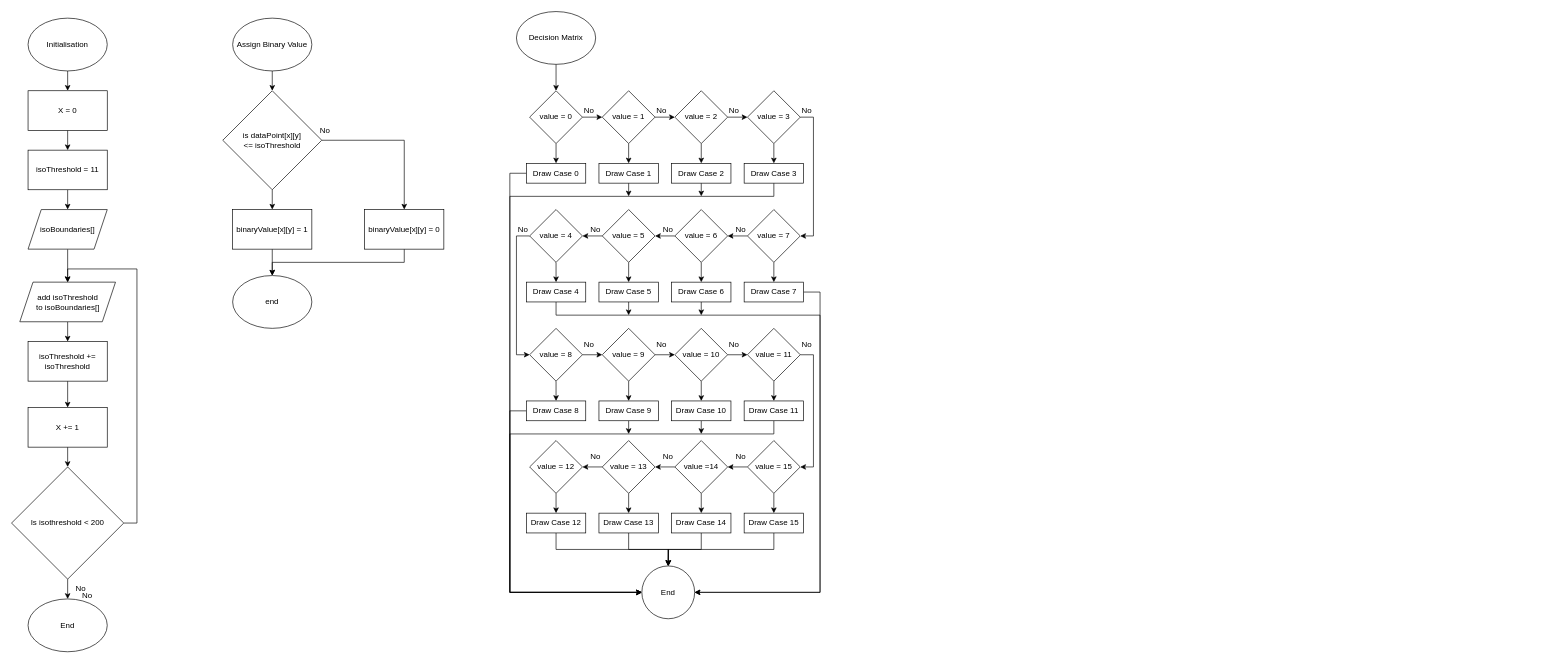
Earlier version of the draw.io diagram Assets/isolinealgorithm.drawio (olliej111/RTS-Unit-Control). Source tidied: cells renumbered, new cells numbered last; positions are measured from the earlier drawing's top-left corner, leaving out a move shared by most shapes. Both pictures are drawn from the tidied source at 66%, with x=0, y=0 at pixel (11, 11).
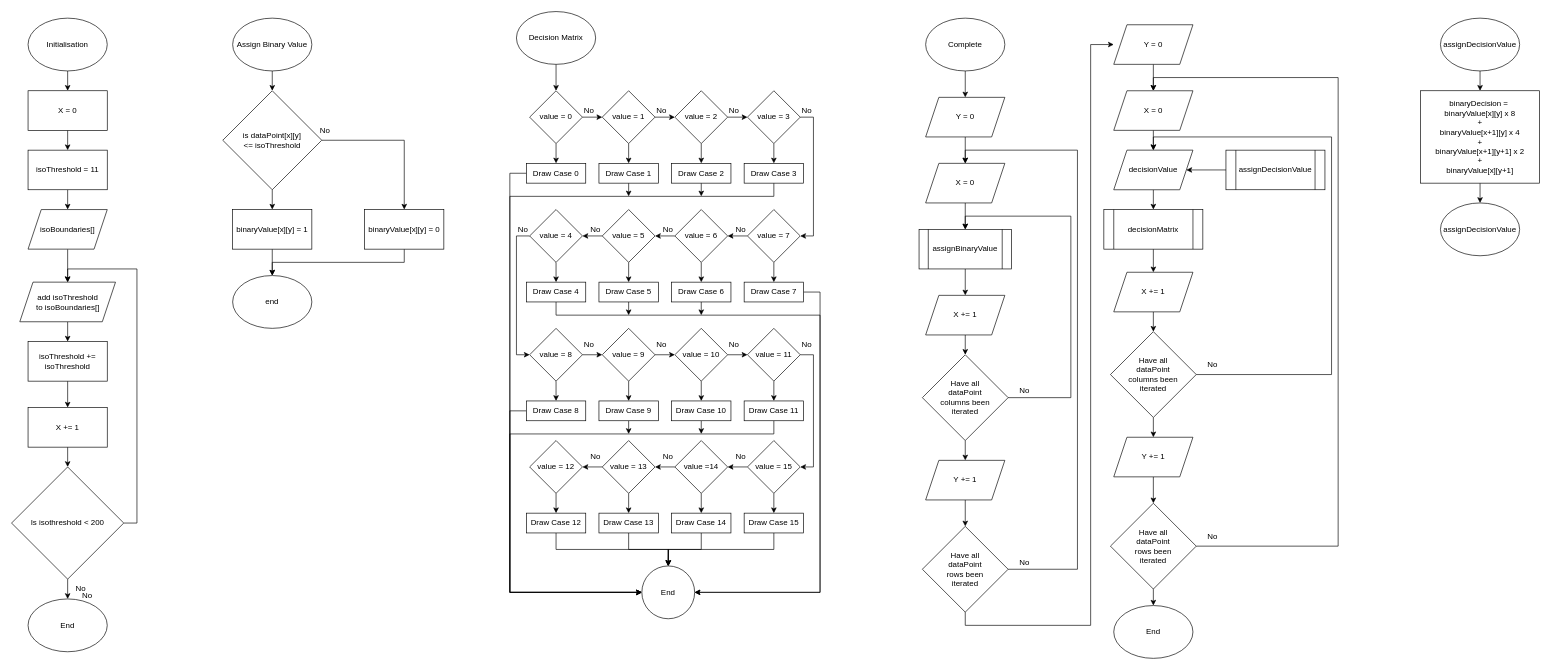
Above is the later version.

The edit, as a diff of the source:
```diff
@@
+    <mxCell id="130" style="edgeStyle=orthogonalEdgeStyle;rounded=0;jettySize=auto;html=1;exitX=0.5;exitY=1;exitDx=0;exitDy=0;entryX=0.5;entryY=0;entryDx=0;entryDy=0;" parent="1" edge="1" source="131" target="133">
+      <mxGeometry relative="1" as="geometry" />
+    </mxCell>
+    <mxCell id="131" value="Complete" style="ellipse;whiteSpace=wrap;html=1;" parent="1" vertex="1">
+      <mxGeometry x="1385" y="10" width="120" height="80" as="geometry" />
+    </mxCell>
+    <mxCell id="132" style="edgeStyle=orthogonalEdgeStyle;rounded=0;jettySize=auto;html=1;exitX=0.5;exitY=1;exitDx=0;exitDy=0;entryX=0.5;entryY=0;entryDx=0;entryDy=0;" parent="1" edge="1" source="133" target="135">
+      <mxGeometry relative="1" as="geometry" />
+    </mxCell>
+    <mxCell id="133" value="Y = 0" style="shape=parallelogram;perimeter=parallelogramPerimeter;whiteSpace=wrap;html=1;fixedSize=1;" parent="1" vertex="1">
+      <mxGeometry x="1385" y="130" width="120" height="60" as="geometry" />
+    </mxCell>
+    <mxCell id="134" style="edgeStyle=orthogonalEdgeStyle;rounded=0;jettySize=auto;html=1;exitX=0.5;exitY=1;exitDx=0;exitDy=0;entryX=0.5;entryY=0;entryDx=0;entryDy=0;" parent="1" edge="1" source="135" target="137">
+      <mxGeometry relative="1" as="geometry" />
+    </mxCell>
+    <mxCell id="135" value="X = 0" style="shape=parallelogram;perimeter=parallelogramPerimeter;whiteSpace=wrap;html=1;fixedSize=1;" parent="1" vertex="1">
+      <mxGeometry x="1385" y="230" width="120" height="60" as="geometry" />
+    </mxCell>
+    <mxCell id="136" style="edgeStyle=orthogonalEdgeStyle;rounded=0;jettySize=auto;html=1;exitX=0.5;exitY=1;exitDx=0;exitDy=0;entryX=0.5;entryY=0;entryDx=0;entryDy=0;" parent="1" edge="1" source="137" target="139">
+      <mxGeometry relative="1" as="geometry" />
+    </mxCell>
+    <mxCell id="137" value="assignBinaryValue" style="shape=process;whiteSpace=wrap;html=1;backgroundOutline=1;" parent="1" vertex="1">
+      <mxGeometry x="1375" y="330" width="140" height="60" as="geometry" />
+    </mxCell>
+    <mxCell id="138" style="edgeStyle=orthogonalEdgeStyle;rounded=0;jettySize=auto;html=1;exitX=0.5;exitY=1;exitDx=0;exitDy=0;entryX=0.5;entryY=0;entryDx=0;entryDy=0;" parent="1" edge="1" source="139" target="144">
+      <mxGeometry relative="1" as="geometry" />
+    </mxCell>
+    <mxCell id="139" value="X += 1" style="shape=parallelogram;perimeter=parallelogramPerimeter;whiteSpace=wrap;html=1;fixedSize=1;" parent="1" vertex="1">
+      <mxGeometry x="1385" y="430" width="120" height="60" as="geometry" />
+    </mxCell>
+    <mxCell id="140" style="edgeStyle=orthogonalEdgeStyle;rounded=0;jettySize=auto;html=1;exitX=0.5;exitY=1;exitDx=0;exitDy=0;entryX=0.5;entryY=0;entryDx=0;entryDy=0;" parent="1" edge="1" source="141" target="146">
+      <mxGeometry relative="1" as="geometry" />
+    </mxCell>
+    <mxCell id="141" value="Y += 1" style="shape=parallelogram;perimeter=parallelogramPerimeter;whiteSpace=wrap;html=1;fixedSize=1;" parent="1" vertex="1">
+      <mxGeometry x="1385" y="680" width="120" height="60" as="geometry" />
+    </mxCell>
+    <mxCell id="142" style="edgeStyle=orthogonalEdgeStyle;rounded=0;jettySize=auto;html=1;exitX=1;exitY=0.5;exitDx=0;exitDy=0;entryX=0.5;entryY=0;entryDx=0;entryDy=0;" parent="1" edge="1" source="144" target="137">
+      <mxGeometry relative="1" as="geometry">
+        <Array as="points">
+          <mxPoint x="1605" y="585" />
+          <mxPoint x="1605" y="310" />
+          <mxPoint x="1445" y="310" />
+        </Array>
+      </mxGeometry>
+    </mxCell>
+    <mxCell id="143" style="edgeStyle=orthogonalEdgeStyle;rounded=0;jettySize=auto;html=1;exitX=0.5;exitY=1;exitDx=0;exitDy=0;entryX=0.5;entryY=0;entryDx=0;entryDy=0;" parent="1" edge="1" source="144" target="141">
+      <mxGeometry relative="1" as="geometry" />
+    </mxCell>
+    <mxCell id="144" value="Have all&lt;br&gt;dataPoint&lt;br&gt;columns been&lt;br&gt;iterated" style="rhombus;whiteSpace=wrap;html=1;" parent="1" vertex="1">
+      <mxGeometry x="1380" y="520" width="130" height="130" as="geometry" />
+    </mxCell>
+    <mxCell id="145" style="edgeStyle=orthogonalEdgeStyle;rounded=0;jettySize=auto;html=1;exitX=1;exitY=0.5;exitDx=0;exitDy=0;entryX=0.5;entryY=0;entryDx=0;entryDy=0;" parent="1" edge="1" source="146" target="135">
+      <mxGeometry relative="1" as="geometry">
+        <Array as="points">
+          <mxPoint x="1615" y="845" />
+          <mxPoint x="1615" y="210" />
+          <mxPoint x="1445" y="210" />
+        </Array>
+      </mxGeometry>
+    </mxCell>
+    <mxCell id="146" value="Have all&lt;br&gt;dataPoint&lt;br&gt;rows been&lt;br&gt;iterated" style="rhombus;whiteSpace=wrap;html=1;" parent="1" vertex="1">
+      <mxGeometry x="1380" y="780" width="130" height="130" as="geometry" />
+    </mxCell>
+    <mxCell id="147" style="edgeStyle=orthogonalEdgeStyle;rounded=0;jettySize=auto;html=1;exitX=0.5;exitY=1;exitDx=0;exitDy=0;entryX=0.5;entryY=0;entryDx=0;entryDy=0;" parent="1" edge="1" source="148" target="150">
+      <mxGeometry relative="1" as="geometry" />
+    </mxCell>
+    <mxCell id="148" value="Y = 0" style="shape=parallelogram;perimeter=parallelogramPerimeter;whiteSpace=wrap;html=1;fixedSize=1;" parent="1" vertex="1">
+      <mxGeometry x="1670" y="20" width="120" height="60" as="geometry" />
+    </mxCell>
+    <mxCell id="149" style="edgeStyle=orthogonalEdgeStyle;rounded=0;jettySize=auto;html=1;exitX=0.5;exitY=1;exitDx=0;exitDy=0;entryX=0.5;entryY=0;entryDx=0;entryDy=0;" parent="1" edge="1" source="150" target="165">
+      <mxGeometry relative="1" as="geometry" />
+    </mxCell>
+    <mxCell id="150" value="X = 0" style="shape=parallelogram;perimeter=parallelogramPerimeter;whiteSpace=wrap;html=1;fixedSize=1;" parent="1" vertex="1">
+      <mxGeometry x="1670" y="120" width="120" height="60" as="geometry" />
+    </mxCell>
+    <mxCell id="151" style="edgeStyle=orthogonalEdgeStyle;rounded=0;jettySize=auto;html=1;exitX=0;exitY=0.5;exitDx=0;exitDy=0;entryX=1;entryY=0.5;entryDx=0;entryDy=0;" parent="1" edge="1" source="152" target="165">
+      <mxGeometry relative="1" as="geometry" />
+    </mxCell>
+    <mxCell id="152" value="assignDecisionValue" style="shape=process;whiteSpace=wrap;html=1;backgroundOutline=1;" parent="1" vertex="1">
+      <mxGeometry x="1840" y="210" width="150" height="60" as="geometry" />
+    </mxCell>
+    <mxCell id="153" style="edgeStyle=orthogonalEdgeStyle;rounded=0;jettySize=auto;html=1;exitX=0.5;exitY=1;exitDx=0;exitDy=0;entryX=0.5;entryY=0;entryDx=0;entryDy=0;" parent="1" edge="1" source="154" target="159">
+      <mxGeometry relative="1" as="geometry" />
+    </mxCell>
+    <mxCell id="154" value="X += 1" style="shape=parallelogram;perimeter=parallelogramPerimeter;whiteSpace=wrap;html=1;fixedSize=1;" parent="1" vertex="1">
+      <mxGeometry x="1670" y="395" width="120" height="60" as="geometry" />
+    </mxCell>
+    <mxCell id="155" style="edgeStyle=orthogonalEdgeStyle;rounded=0;jettySize=auto;html=1;exitX=0.5;exitY=1;exitDx=0;exitDy=0;entryX=0.5;entryY=0;entryDx=0;entryDy=0;" parent="1" edge="1" source="156" target="162">
+      <mxGeometry relative="1" as="geometry" />
+    </mxCell>
+    <mxCell id="156" value="Y += 1" style="shape=parallelogram;perimeter=parallelogramPerimeter;whiteSpace=wrap;html=1;fixedSize=1;" parent="1" vertex="1">
+      <mxGeometry x="1670" y="645" width="120" height="60" as="geometry" />
+    </mxCell>
+    <mxCell id="157" style="edgeStyle=orthogonalEdgeStyle;rounded=0;jettySize=auto;html=1;exitX=0.5;exitY=1;exitDx=0;exitDy=0;entryX=0.5;entryY=0;entryDx=0;entryDy=0;" parent="1" edge="1" source="159" target="156">
+      <mxGeometry relative="1" as="geometry" />
+    </mxCell>
+    <mxCell id="158" style="edgeStyle=orthogonalEdgeStyle;rounded=0;jettySize=auto;html=1;exitX=1;exitY=0.5;exitDx=0;exitDy=0;entryX=0.5;entryY=0;entryDx=0;entryDy=0;" parent="1" edge="1" source="159" target="165">
+      <mxGeometry relative="1" as="geometry">
+        <Array as="points">
+          <mxPoint x="2000" y="550" />
+          <mxPoint x="2000" y="190" />
+          <mxPoint x="1730" y="190" />
+        </Array>
+      </mxGeometry>
+    </mxCell>
+    <mxCell id="159" value="Have all&lt;br&gt;dataPoint&lt;br&gt;columns been&lt;br&gt;iterated" style="rhombus;whiteSpace=wrap;html=1;" parent="1" vertex="1">
+      <mxGeometry x="1665" y="485" width="130" height="130" as="geometry" />
+    </mxCell>
+    <mxCell id="160" style="edgeStyle=orthogonalEdgeStyle;rounded=0;jettySize=auto;html=1;exitX=1;exitY=0.5;exitDx=0;exitDy=0;entryX=0.5;entryY=0;entryDx=0;entryDy=0;" parent="1" edge="1" source="162" target="150">
+      <mxGeometry relative="1" as="geometry">
+        <Array as="points">
+          <mxPoint x="2010" y="810" />
+          <mxPoint x="2010" y="100" />
+          <mxPoint x="1730" y="100" />
+        </Array>
+      </mxGeometry>
+    </mxCell>
+    <mxCell id="161" style="edgeStyle=orthogonalEdgeStyle;rounded=0;jettySize=auto;html=1;exitX=0.5;exitY=1;exitDx=0;exitDy=0;entryX=0.5;entryY=0;entryDx=0;entryDy=0;" parent="1" edge="1" source="162" target="168">
+      <mxGeometry relative="1" as="geometry" />
+    </mxCell>
+    <mxCell id="162" value="Have all&lt;br&gt;dataPoint&lt;br&gt;rows been&lt;br&gt;iterated" style="rhombus;whiteSpace=wrap;html=1;" parent="1" vertex="1">
+      <mxGeometry x="1665" y="745" width="130" height="130" as="geometry" />
+    </mxCell>
+    <mxCell id="163" style="edgeStyle=orthogonalEdgeStyle;rounded=0;jettySize=auto;html=1;exitX=0.5;exitY=1;exitDx=0;exitDy=0;entryX=0;entryY=0.5;entryDx=0;entryDy=0;entryPerimeter=0;" parent="1" edge="1" source="146" target="148">
+      <mxGeometry relative="1" as="geometry">
+        <Array as="points">
+          <mxPoint x="1445" y="930" />
+          <mxPoint x="1635" y="930" />
+          <mxPoint x="1635" y="50" />
+        </Array>
+      </mxGeometry>
+    </mxCell>
+    <mxCell id="164" style="edgeStyle=orthogonalEdgeStyle;rounded=0;jettySize=auto;html=1;exitX=0.5;exitY=1;exitDx=0;exitDy=0;entryX=0.5;entryY=0;entryDx=0;entryDy=0;" parent="1" edge="1" source="165" target="167">
+      <mxGeometry relative="1" as="geometry" />
+    </mxCell>
+    <mxCell id="165" value="decisionValue" style="shape=parallelogram;perimeter=parallelogramPerimeter;whiteSpace=wrap;html=1;fixedSize=1;" parent="1" vertex="1">
+      <mxGeometry x="1670" y="210" width="120" height="60" as="geometry" />
+    </mxCell>
+    <mxCell id="166" style="edgeStyle=orthogonalEdgeStyle;rounded=0;jettySize=auto;html=1;exitX=0.5;exitY=1;exitDx=0;exitDy=0;entryX=0.5;entryY=0;entryDx=0;entryDy=0;" parent="1" edge="1" source="167" target="154">
+      <mxGeometry relative="1" as="geometry" />
+    </mxCell>
+    <mxCell id="167" value="decisionMatrix" style="shape=process;whiteSpace=wrap;html=1;backgroundOutline=1;" parent="1" vertex="1">
+      <mxGeometry x="1655" y="300" width="150" height="60" as="geometry" />
+    </mxCell>
+    <mxCell id="168" value="End" style="ellipse;whiteSpace=wrap;html=1;" parent="1" vertex="1">
+      <mxGeometry x="1670" y="900" width="120" height="80" as="geometry" />
+    </mxCell>
+    <mxCell id="169" value="No" style="text;html=1;strokeColor=none;fillColor=none;align=center;verticalAlign=middle;whiteSpace=wrap;rounded=0;" parent="1" vertex="1">
+      <mxGeometry x="1505" y="560" width="60" height="30" as="geometry" />
+    </mxCell>
+    <mxCell id="170" value="No" style="text;html=1;strokeColor=none;fillColor=none;align=center;verticalAlign=middle;whiteSpace=wrap;rounded=0;" parent="1" vertex="1">
+      <mxGeometry x="1505" y="820" width="60" height="30" as="geometry" />
+    </mxCell>
+    <mxCell id="171" value="No" style="text;html=1;strokeColor=none;fillColor=none;align=center;verticalAlign=middle;whiteSpace=wrap;rounded=0;" parent="1" vertex="1">
+      <mxGeometry x="1790" y="780" width="60" height="30" as="geometry" />
+    </mxCell>
+    <mxCell id="172" value="No" style="text;html=1;strokeColor=none;fillColor=none;align=center;verticalAlign=middle;whiteSpace=wrap;rounded=0;" parent="1" vertex="1">
+      <mxGeometry x="1790" y="520" width="60" height="30" as="geometry" />
+    </mxCell>
+    <mxCell id="173" style="edgeStyle=orthogonalEdgeStyle;rounded=0;jettySize=auto;html=1;exitX=0.5;exitY=1;exitDx=0;exitDy=0;entryX=0.5;entryY=0;entryDx=0;entryDy=0;" parent="1" edge="1" source="174" target="176">
+      <mxGeometry relative="1" as="geometry" />
+    </mxCell>
+    <mxCell id="174" value="assignDecisionValue" style="ellipse;whiteSpace=wrap;html=1;" parent="1" vertex="1">
+      <mxGeometry x="2165" y="10" width="120" height="80" as="geometry" />
+    </mxCell>
+    <mxCell id="175" style="edgeStyle=orthogonalEdgeStyle;rounded=0;jettySize=auto;html=1;exitX=0.5;exitY=1;exitDx=0;exitDy=0;entryX=0.5;entryY=0;entryDx=0;entryDy=0;" parent="1" edge="1" source="176" target="177">
+      <mxGeometry relative="1" as="geometry" />
+    </mxCell>
+    <mxCell id="176" value="binaryDecision =&amp;nbsp;&lt;br&gt;binaryValue[x][y] x 8&lt;br&gt;+&lt;br&gt;binaryValue[x+1][y] x 4&lt;br&gt;+&lt;br&gt;binaryValue[x+1][y+1] x 2&lt;br&gt;+&lt;br&gt;binaryValue[x][y+1]" style="rounded=0;whiteSpace=wrap;html=1;" parent="1" vertex="1">
+      <mxGeometry x="2135" y="120" width="180" height="140" as="geometry" />
+    </mxCell>
+    <mxCell id="177" value="assignDecisionValue" style="ellipse;whiteSpace=wrap;html=1;" parent="1" vertex="1">
+      <mxGeometry x="2165" y="290" width="120" height="80" as="geometry" />
+    </mxCell>
```
